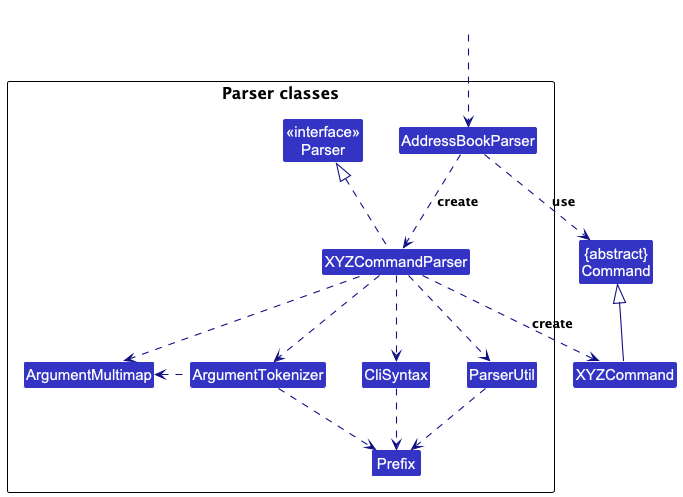
This is docs/images/ParserClasses.png from jaxwong/tp, a PlantUML export, as it was before one commit. The source it was exported from:
```plantuml
@startuml
!include style.puml
skinparam arrowThickness 1.1
skinparam arrowColor LOGIC_COLOR_T4
skinparam classBackgroundColor LOGIC_COLOR

Class "{abstract}\nCommand" as Command
Class XYZCommand

package "Parser classes"{
Class "<<interface>>\nParser" as Parser
Class AddressBookParser
Class XYZCommandParser
Class CliSyntax
Class ParserUtil
Class ArgumentMultimap
Class ArgumentTokenizer
Class Prefix
}

Class HiddenOutside #FFFFFF
HiddenOutside ..> AddressBookParser

AddressBookParser .down.> XYZCommandParser : create

XYZCommandParser ..> XYZCommand : create
AddressBookParser ..> Command : use
XYZCommandParser .up.|> Parser
XYZCommandParser ..> ArgumentMultimap
XYZCommandParser ..> ArgumentTokenizer
ArgumentTokenizer .left.> ArgumentMultimap
XYZCommandParser ..> CliSyntax
CliSyntax ..> Prefix
XYZCommandParser ..> ParserUtil
ParserUtil .down.> Prefix
ArgumentTokenizer .down.> Prefix
XYZCommand -up-|> Command
@enduml
```
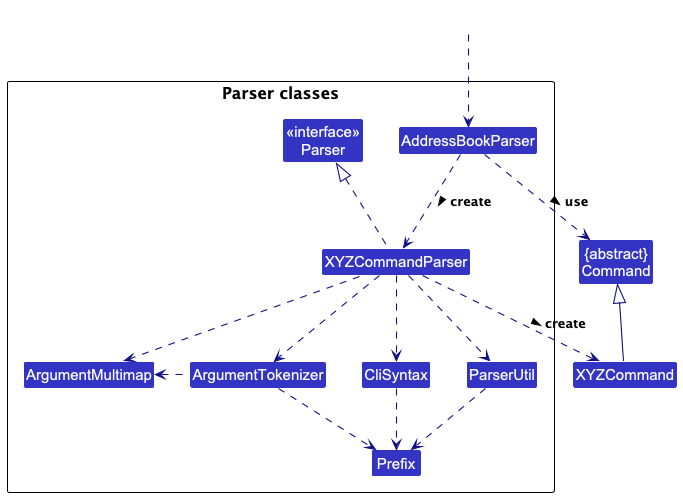
After the change.

Commit message:
Add navigability in uml

Diff of the diagram source:
```diff
@@ -21,10 +21,10 @@
 Class HiddenOutside #FFFFFF
 HiddenOutside ..> AddressBookParser
 
-AddressBookParser .down.> XYZCommandParser : create
+AddressBookParser .down.> XYZCommandParser : create >
 
-XYZCommandParser ..> XYZCommand : create
-AddressBookParser ..> Command : use
+XYZCommandParser ..> XYZCommand : create >
+AddressBookParser ..> Command : use >
 XYZCommandParser .up.|> Parser
 XYZCommandParser ..> ArgumentMultimap
 XYZCommandParser ..> ArgumentTokenizer
```
